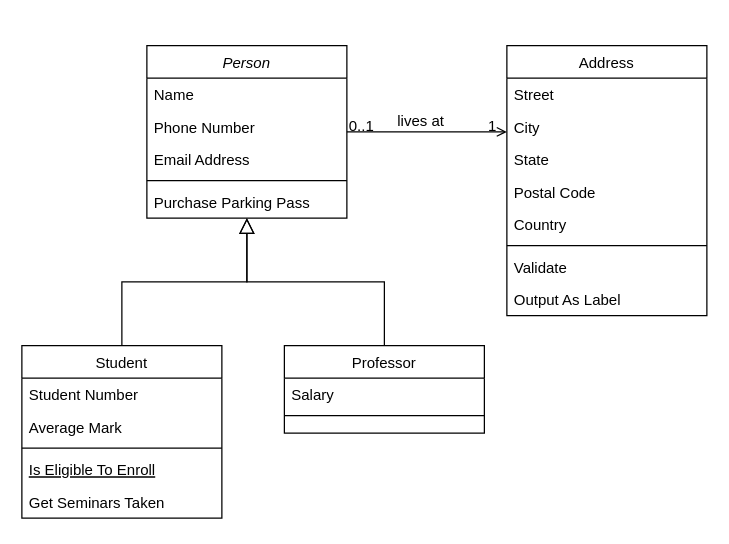
Before: Untitled Diagram.drawio in discospiff/Vehicles2022mvn, a draw.io diagram. Source tidied: cells renumbered, new cells numbered last; positions are measured from the earlier drawing's top-left corner, leaving out a move shared by most shapes. Both pictures are drawn from the tidied source at 125%, with x=0, y=0 at pixel (21, 45).
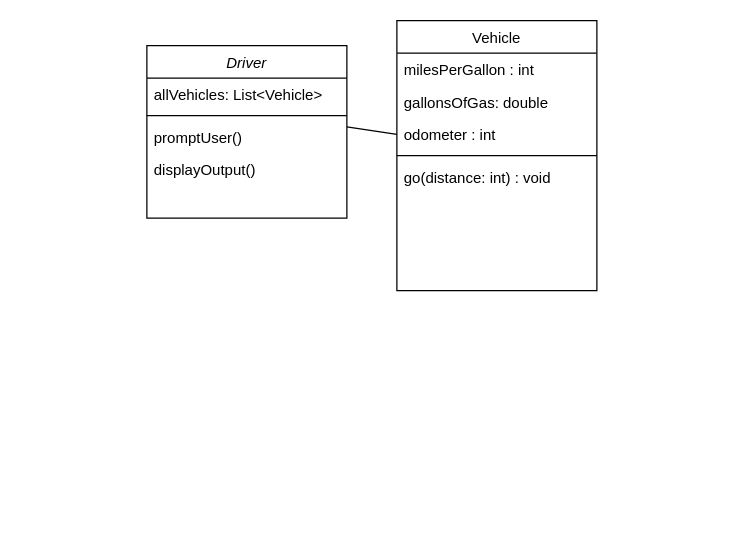
Above is the later version.

Commit message:
Vehicles Class Diagram.drawio

Change to the diagram source:
```diff
@@
-    <mxCell id="2" value="Person" style="swimlane;fontStyle=2;align=center;verticalAlign=top;horizontal=1;startSize=26;rounded=0;shadow=0;strokeWidth=1;" parent="1" vertex="1">
+    <mxCell id="2" value="Driver" style="swimlane;fontStyle=2;align=center;verticalAlign=top;horizontal=1;startSize=26;rounded=0;shadow=0;strokeWidth=1;" parent="1" vertex="1">
       <mxGeometry x="100" width="160" height="138" as="geometry" />
     </mxCell>
-    <mxCell id="3" value="Name" style="text;align=left;verticalAlign=top;spacingLeft=4;spacingRight=4;overflow=hidden;" parent="2" vertex="1">
+    <mxCell id="3" value="allVehicles: List&lt;Vehicle&gt;" style="text;align=left;verticalAlign=top;spacingLeft=4;spacingRight=4;overflow=hidden;" parent="2" vertex="1">
       <mxGeometry y="26" width="160" height="26" as="geometry" />
     </mxCell>
-    <mxCell id="4" value="Phone Number" style="text;align=left;verticalAlign=top;spacingLeft=4;spacingRight=4;overflow=hidden;rounded=0;shadow=0;html=0;" parent="2" vertex="1">
-      <mxGeometry y="52" width="160" height="26" as="geometry" />
-    </mxCell>
-    <mxCell id="5" value="Email Address" style="text;align=left;verticalAlign=top;spacingLeft=4;spacingRight=4;overflow=hidden;rounded=0;shadow=0;html=0;" parent="2" vertex="1">
-      <mxGeometry y="78" width="160" height="26" as="geometry" />
-    </mxCell>
     <mxCell id="6" style="line;html=1;strokeWidth=1;align=left;verticalAlign=middle;spacingTop=-1;spacingLeft=3;spacingRight=3;labelPosition=right;" parent="2" vertex="1">
-      <mxGeometry y="104" width="160" height="8" as="geometry" />
+      <mxGeometry y="52" width="160" height="8" as="geometry" />
     </mxCell>
-    <mxCell id="7" value="Purchase Parking Pass" style="text;align=left;verticalAlign=top;spacingLeft=4;spacingRight=4;overflow=hidden;" parent="2" vertex="1">
-      <mxGeometry y="112" width="160" height="26" as="geometry" />
+    <mxCell id="7" value="promptUser()" style="text;align=left;verticalAlign=top;spacingLeft=4;spacingRight=4;overflow=hidden;" parent="2" vertex="1">
+      <mxGeometry y="60" width="160" height="26" as="geometry" />
     </mxCell>
-    <mxCell id="8" value="Student" style="swimlane;fontStyle=0;align=center;verticalAlign=top;horizontal=1;startSize=26;rounded=0;shadow=0;strokeWidth=1;" parent="1" vertex="1">
-      <mxGeometry y="240" width="160" height="138" as="geometry" />
-    </mxCell>
-    <mxCell id="9" value="Student Number" style="text;align=left;verticalAlign=top;spacingLeft=4;spacingRight=4;overflow=hidden;" parent="8" vertex="1">
-      <mxGeometry y="26" width="160" height="26" as="geometry" />
-    </mxCell>
-    <mxCell id="10" value="Average Mark" style="text;align=left;verticalAlign=top;spacingLeft=4;spacingRight=4;overflow=hidden;rounded=0;shadow=0;html=0;" parent="8" vertex="1">
-      <mxGeometry y="52" width="160" height="26" as="geometry" />
-    </mxCell>
-    <mxCell id="11" style="line;html=1;strokeWidth=1;align=left;verticalAlign=middle;spacingTop=-1;spacingLeft=3;spacingRight=3;labelPosition=right;" parent="8" vertex="1">
-      <mxGeometry y="78" width="160" height="8" as="geometry" />
-    </mxCell>
-    <mxCell id="12" value="Is Eligible To Enroll" style="text;align=left;verticalAlign=top;spacingLeft=4;spacingRight=4;overflow=hidden;fontStyle=4;" parent="8" vertex="1">
-      <mxGeometry y="86" width="160" height="26" as="geometry" />
-    </mxCell>
-    <mxCell id="13" value="Get Seminars Taken" style="text;align=left;verticalAlign=top;spacingLeft=4;spacingRight=4;overflow=hidden;" parent="8" vertex="1">
-      <mxGeometry y="112" width="160" height="26" as="geometry" />
-    </mxCell>
-    <mxCell id="14" style="endArrow=block;endSize=10;endFill=0;shadow=0;strokeWidth=1;rounded=0;edgeStyle=elbowEdgeStyle;elbow=vertical;" parent="1" edge="1" source="8" target="2">
-      <mxGeometry relative="1" as="geometry" />
-    </mxCell>
-    <mxCell id="15" value="Professor" style="swimlane;fontStyle=0;align=center;verticalAlign=top;horizontal=1;startSize=26;rounded=0;shadow=0;strokeWidth=1;" parent="1" vertex="1">
-      <mxGeometry x="210" y="240" width="160" height="70" as="geometry" />
-    </mxCell>
-    <mxCell id="16" value="Salary" style="text;align=left;verticalAlign=top;spacingLeft=4;spacingRight=4;overflow=hidden;" parent="15" vertex="1">
-      <mxGeometry y="26" width="160" height="26" as="geometry" />
-    </mxCell>
-    <mxCell id="17" style="line;html=1;strokeWidth=1;align=left;verticalAlign=middle;spacingTop=-1;spacingLeft=3;spacingRight=3;labelPosition=right;" parent="15" vertex="1">
-      <mxGeometry y="52" width="160" height="8" as="geometry" />
-    </mxCell>
-    <mxCell id="18" style="endArrow=block;endSize=10;endFill=0;shadow=0;strokeWidth=1;rounded=0;edgeStyle=elbowEdgeStyle;elbow=vertical;" parent="1" edge="1" source="15" target="2">
-      <mxGeometry relative="1" as="geometry" />
-    </mxCell>
+    <mxCell id="32" value="displayOutput()" style="text;align=left;verticalAlign=top;spacingLeft=4;spacingRight=4;overflow=hidden;" parent="2" vertex="1">
+      <mxGeometry y="86" width="160" height="26" as="geometry" />
+    </mxCell>
-    <mxCell id="19" value="Address" style="swimlane;fontStyle=0;align=center;verticalAlign=top;horizontal=1;startSize=26;rounded=0;shadow=0;strokeWidth=1;" parent="1" vertex="1">
-      <mxGeometry x="388" width="160" height="216" as="geometry" />
+    <mxCell id="19" value="Vehicle" style="swimlane;fontStyle=0;align=center;verticalAlign=top;horizontal=1;startSize=26;rounded=0;shadow=0;strokeWidth=1;" parent="1" vertex="1">
+      <mxGeometry x="300" y="-20" width="160" height="216" as="geometry" />
     </mxCell>
-    <mxCell id="20" value="Street" style="text;align=left;verticalAlign=top;spacingLeft=4;spacingRight=4;overflow=hidden;" parent="19" vertex="1">
+    <mxCell id="20" value="milesPerGallon : int" style="text;align=left;verticalAlign=top;spacingLeft=4;spacingRight=4;overflow=hidden;" parent="19" vertex="1">
       <mxGeometry y="26" width="160" height="26" as="geometry" />
     </mxCell>
-    <mxCell id="21" value="City" style="text;align=left;verticalAlign=top;spacingLeft=4;spacingRight=4;overflow=hidden;rounded=0;shadow=0;html=0;" parent="19" vertex="1">
+    <mxCell id="21" value="gallonsOfGas: double" style="text;align=left;verticalAlign=top;spacingLeft=4;spacingRight=4;overflow=hidden;rounded=0;shadow=0;html=0;" parent="19" vertex="1">
       <mxGeometry y="52" width="160" height="26" as="geometry" />
     </mxCell>
-    <mxCell id="22" value="State" style="text;align=left;verticalAlign=top;spacingLeft=4;spacingRight=4;overflow=hidden;points=[[0,0.5],[1,0.5]];portConstraint=eastwest;rounded=0;shadow=0;html=0;" parent="19" vertex="1">
+    <mxCell id="22" value="odometer : int" style="text;align=left;verticalAlign=top;spacingLeft=4;spacingRight=4;overflow=hidden;points=[[0,0.5],[1,0.5]];portConstraint=eastwest;rounded=0;shadow=0;html=0;" parent="19" vertex="1">
       <mxGeometry y="78" width="160" height="26" as="geometry" />
     </mxCell>
-    <mxCell id="23" value="Postal Code" style="text;align=left;verticalAlign=top;spacingLeft=4;spacingRight=4;overflow=hidden;rounded=0;shadow=0;html=0;" parent="19" vertex="1">
-      <mxGeometry y="104" width="160" height="26" as="geometry" />
-    </mxCell>
-    <mxCell id="24" value="Country" style="text;align=left;verticalAlign=top;spacingLeft=4;spacingRight=4;overflow=hidden;rounded=0;shadow=0;html=0;" parent="19" vertex="1">
-      <mxGeometry y="130" width="160" height="26" as="geometry" />
-    </mxCell>
     <mxCell id="25" style="line;html=1;strokeWidth=1;align=left;verticalAlign=middle;spacingTop=-1;spacingLeft=3;spacingRight=3;labelPosition=right;" parent="19" vertex="1">
-      <mxGeometry y="156" width="160" height="8" as="geometry" />
+      <mxGeometry y="104" width="160" height="8" as="geometry" />
     </mxCell>
-    <mxCell id="26" value="Validate" style="text;align=left;verticalAlign=top;spacingLeft=4;spacingRight=4;overflow=hidden;" parent="19" vertex="1">
-      <mxGeometry y="164" width="160" height="26" as="geometry" />
+    <mxCell id="26" value="go(distance: int) : void" style="text;align=left;verticalAlign=top;spacingLeft=4;spacingRight=4;overflow=hidden;" parent="19" vertex="1">
+      <mxGeometry y="112" width="160" height="26" as="geometry" />
     </mxCell>
-    <mxCell id="27" value="Output As Label" style="text;align=left;verticalAlign=top;spacingLeft=4;spacingRight=4;overflow=hidden;" parent="19" vertex="1">
-      <mxGeometry y="190" width="160" height="26" as="geometry" />
-    </mxCell>
-    <mxCell id="28" style="endArrow=open;shadow=0;strokeWidth=1;rounded=0;endFill=1;edgeStyle=elbowEdgeStyle;elbow=vertical;" parent="1" edge="1" source="2" target="19">
-      <mxGeometry x="0.5" y="41" relative="1" as="geometry">
-        <mxPoint x="-40" y="32" as="offset" />
-      </mxGeometry>
-    </mxCell>
-    <mxCell id="29" value="0..1" style="align=left;verticalAlign=bottom;labelBackgroundColor=none;fontSize=12;" parent="28" vertex="1">
-      <mxGeometry x="-1" relative="1" as="geometry">
-        <mxPoint y="4" as="offset" />
-      </mxGeometry>
-    </mxCell>
-    <mxCell id="30" value="1" style="align=right;verticalAlign=bottom;labelBackgroundColor=none;fontSize=12;" parent="28" vertex="1">
-      <mxGeometry x="1" relative="1" as="geometry">
-        <mxPoint x="-7" y="4" as="offset" />
-      </mxGeometry>
-    </mxCell>
-    <mxCell id="31" value="lives at" style="text;html=1;align=center;verticalAlign=middle;labelBackgroundColor=none;rounded=0;shadow=0;strokeWidth=1;fontSize=12;" parent="28" vertex="1">
-      <mxGeometry x="0.5" y="49" relative="1" as="geometry">
-        <mxPoint x="-38" y="40" as="offset" />
-      </mxGeometry>
-    </mxCell>
+    <mxCell id="33" style="endArrow=none;html=1;rounded=0;exitX=1;exitY=0.5;exitDx=0;exitDy=0;entryX=0;entryY=0.5;entryDx=0;entryDy=0;" parent="1" edge="1" target="22">
+      <mxGeometry relative="1" as="geometry">
+        <mxPoint x="260" y="65" as="sourcePoint" />
+      </mxGeometry>
+    </mxCell>
```
